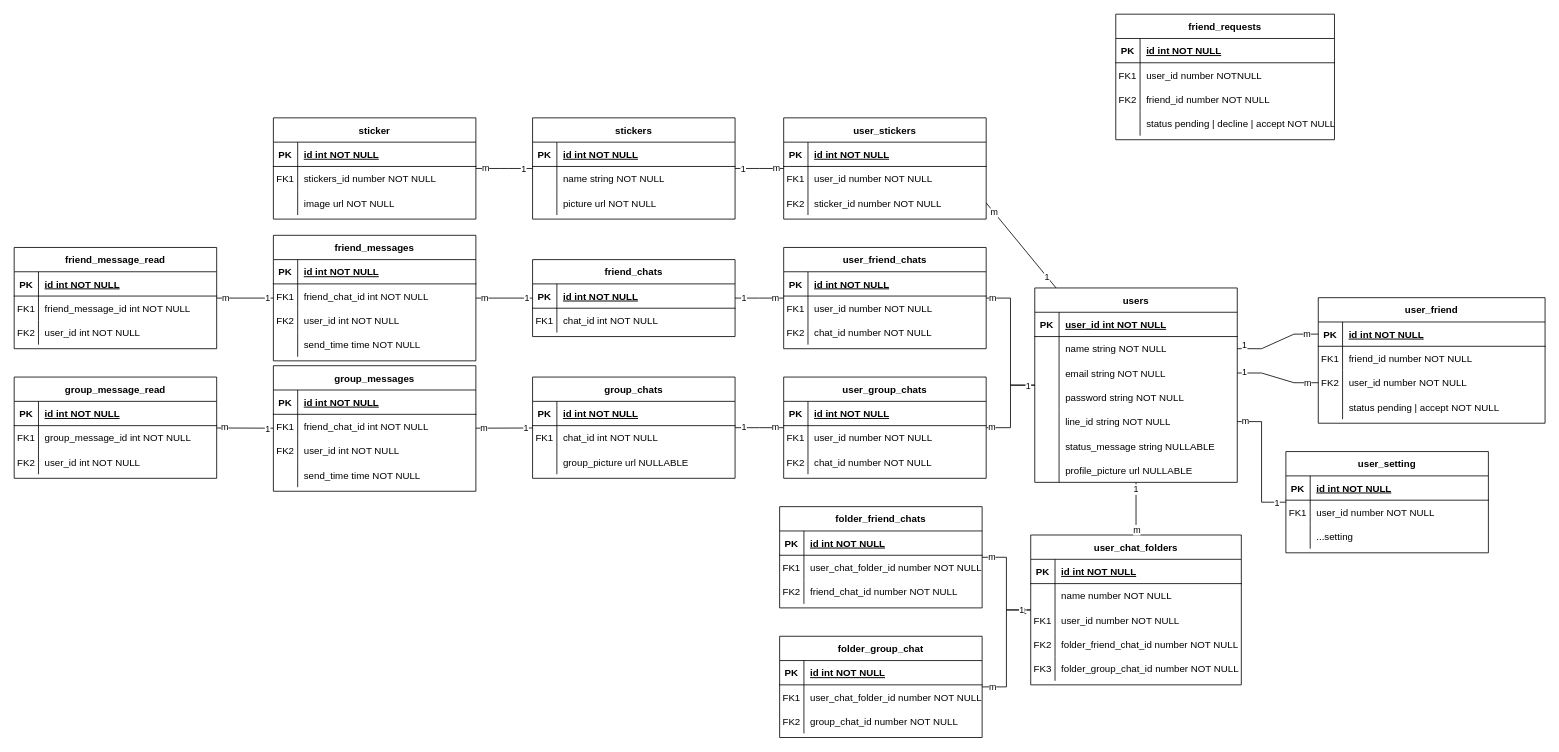
This is diagram/ER_diagram.drawio from MeowKyWay/LINE-Clone, a draw.io file, before an edit. Source tidied: cells renumbered, new cells numbered last; positions are measured from the earlier drawing's top-left corner, leaving out a move shared by most shapes. Both pictures are drawn from the tidied source at 81%, with x=0, y=0 at pixel (14, 14).
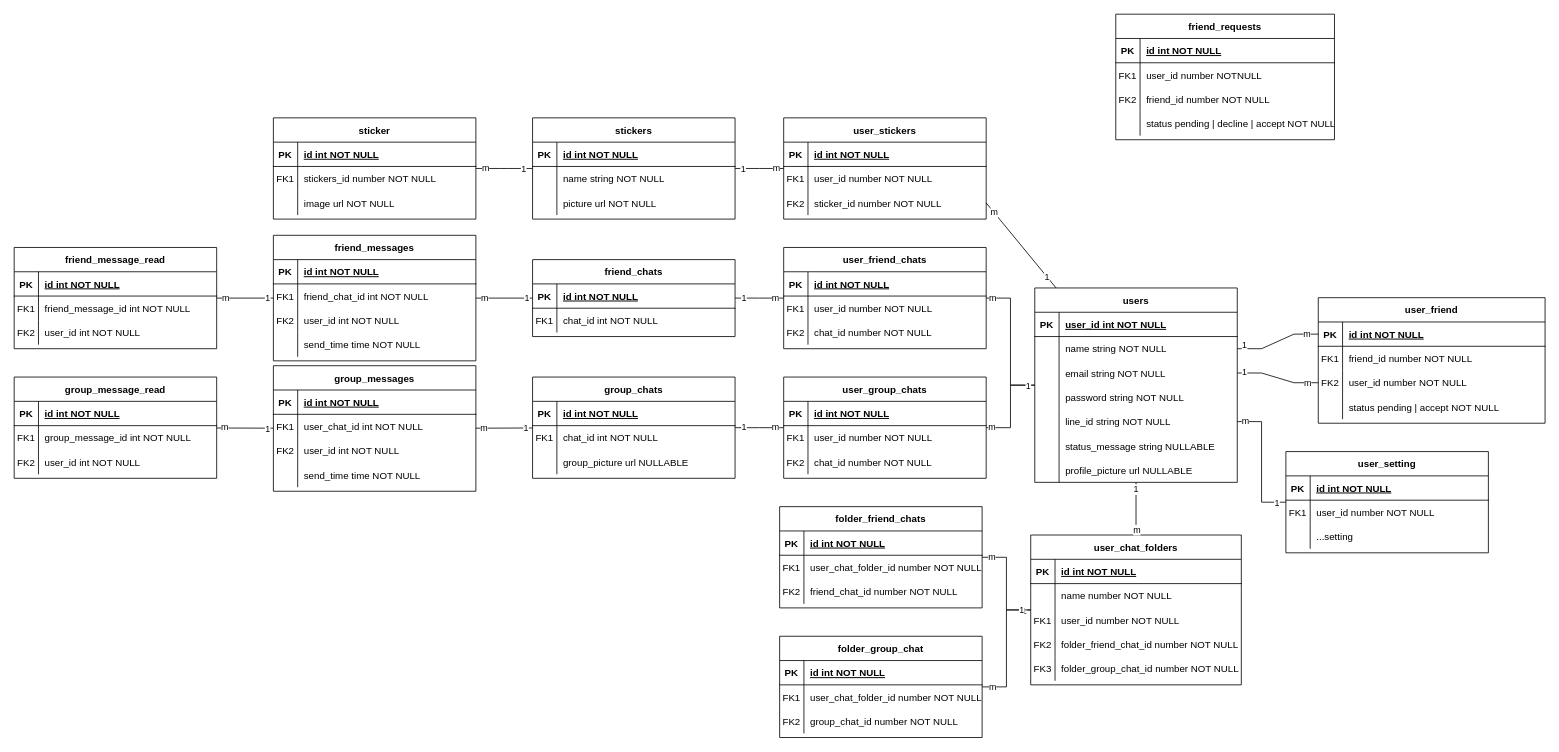
Above is the later version.

The change refers to these unchanged cells:
```xml
<mxCell id="89" style="shape=partialRectangle;fillColor=none;top=0;left=0;right=0;bottom=0;" parent="85" vertex="1">
  <mxGeometry y="60" width="250" height="30" as="geometry" />
</mxCell>
```

Change to the diagram source:
```diff
@@
-    <mxCell id="91" value="friend_chat_id int NOT NULL" style="shape=partialRectangle;overflow=hidden;fillColor=none;top=0;left=0;bottom=0;right=0;align=left;spacingLeft=6;" parent="89" vertex="1">
+    <mxCell id="91" value="user_chat_id int NOT NULL" style="shape=partialRectangle;overflow=hidden;fillColor=none;top=0;left=0;bottom=0;right=0;align=left;spacingLeft=6;" parent="89" vertex="1">
       <mxGeometry x="30" width="220" height="30" as="geometry" />
     </mxCell>
```
